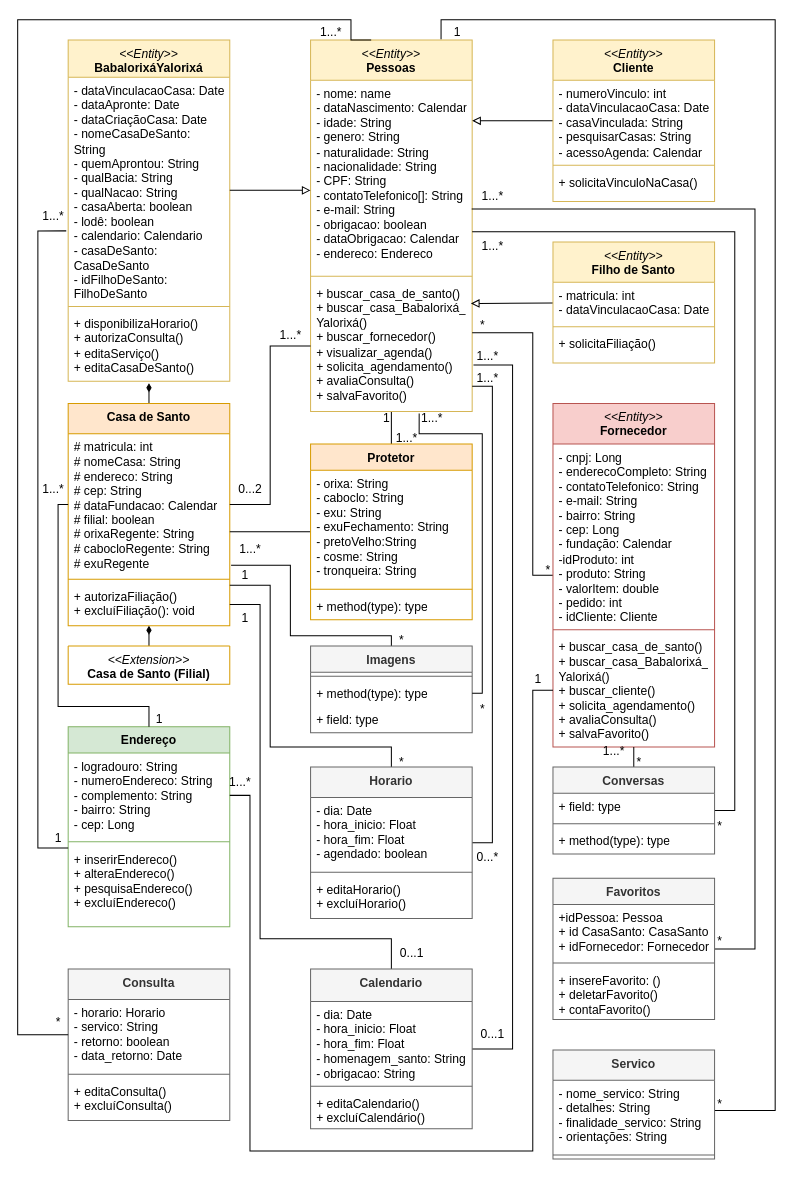
AlexCarvalhovisk/sarava keeps this draw.io diagram as DiagramaDeClasseSarava.drawio. Above is the earlier version. Source tidied: cells renumbered, new cells numbered last; positions are measured from the earlier drawing's top-left corner, leaving out a move shared by most shapes. Both pictures are drawn from the tidied source at 101%, with x=0, y=0 at pixel (17, 17).
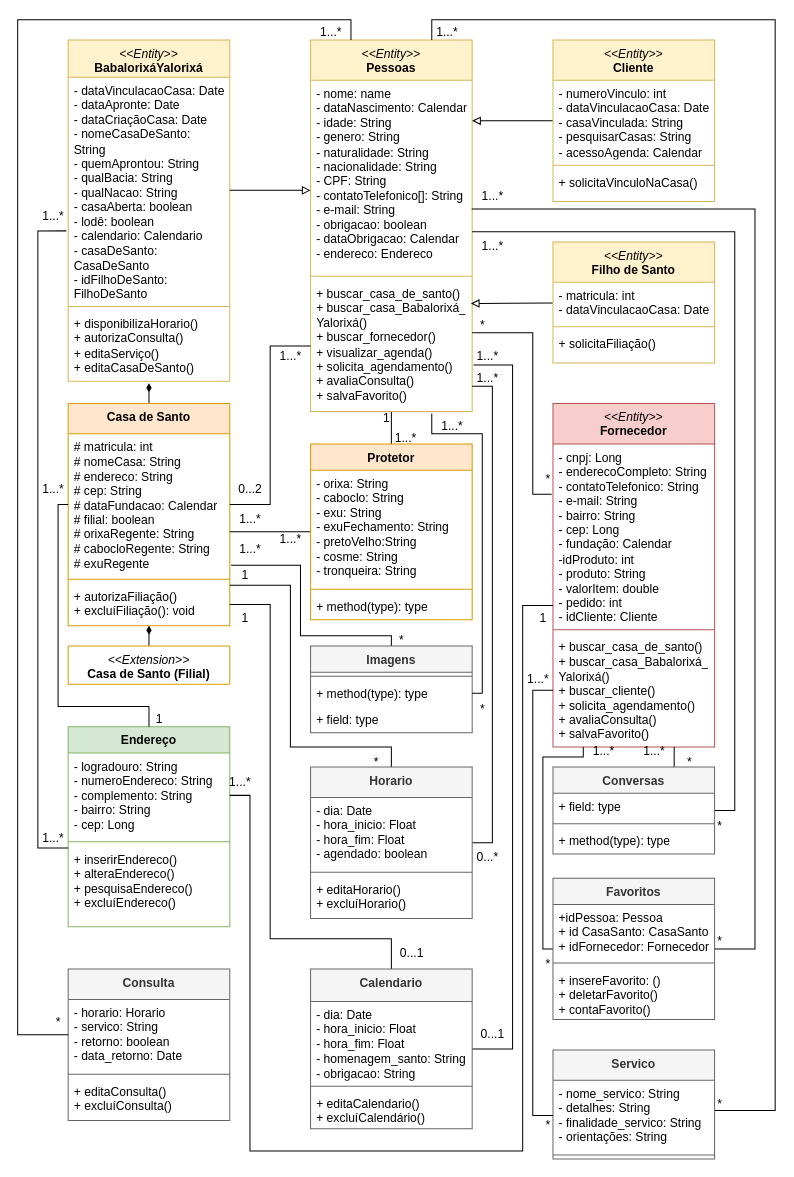
The same page after the edit.

Unchanged cells that the change refers to:
```xml
<mxCell id="6" value="+ buscar_casa_de_santo()&lt;br&gt;+ buscar_casa_Babalorixá_&lt;br&gt;Yalorixá()&lt;br&gt;+ buscar_fornecedor()&lt;br&gt;+ visualizar_agenda()&lt;br&gt;+ solicita_agendamento()&lt;br&gt;+ avaliaConsulta()&lt;br&gt;+ salvaFavorito()" style="text;strokeColor=none;fillColor=none;align=left;verticalAlign=top;spacingLeft=4;spacingRight=4;overflow=hidden;points=[[0,0.5],[1,0.5]];portConstraint=eastwest;whiteSpace=wrap;html=1;" parent="3" vertex="1">
  <mxGeometry y="238" width="160" height="130" as="geometry" />
</mxCell>
<mxCell id="18" value="&lt;i style=&quot;border-color: var(--border-color); font-weight: 400;&quot;&gt;&amp;lt;&amp;lt;Entity&amp;gt;&amp;gt;&lt;/i&gt;&lt;br&gt;Fornecedor" style="swimlane;fontStyle=1;align=center;verticalAlign=top;horizontal=1;startSize=40;whiteSpace=wrap;html=1;fillColor=#f8cecc;strokeColor=#b85450;" parent="1" vertex="1">
  <mxGeometry x="530" y="382" width="160" height="340" as="geometry" />
</mxCell>
<mxCell id="19" value="- cnpj: Long&lt;br&gt;- enderecoCompleto: String&lt;br&gt;- contatoTelefonico: String&lt;br&gt;- e-mail: String&lt;br&gt;- bairro: String&lt;br style=&quot;border-color: var(--border-color);&quot;&gt;- cep: Long&lt;br&gt;- fundação: Calendar&lt;br&gt;-idProduto: int&lt;br&gt;- produto: String&lt;br&gt;- valorItem: double&lt;br&gt;- pedido: int&lt;br&gt;- idCliente: Cliente" style="text;strokeColor=none;fillColor=none;align=left;verticalAlign=top;spacingLeft=4;spacingRight=4;overflow=hidden;points=[[0,0.5],[1,0.5]];portConstraint=eastwest;whiteSpace=wrap;html=1;" parent="18" vertex="1">
  <mxGeometry y="40" width="160" height="180" as="geometry" />
</mxCell>
<mxCell id="21" value="+ buscar_casa_de_santo()&lt;br&gt;+ buscar_casa_Babalorixá_&lt;br&gt;Yalorixá()&lt;br&gt;+ buscar_cliente()&lt;br&gt;+ solicita_agendamento()&lt;br&gt;+ avaliaConsulta()&lt;br&gt;+ salvaFavorito()" style="text;strokeColor=none;fillColor=none;align=left;verticalAlign=top;spacingLeft=4;spacingRight=4;overflow=hidden;points=[[0,0.5],[1,0.5]];portConstraint=eastwest;whiteSpace=wrap;html=1;" parent="18" vertex="1">
  <mxGeometry y="228" width="160" height="112" as="geometry" />
</mxCell>
<mxCell id="28" value="# matricula: int&lt;br&gt;# nomeCasa: String&lt;br&gt;# endereco: String&lt;br&gt;# cep: String&lt;br&gt;# dataFundacao: Calendar&lt;br&gt;# filial: boolean&lt;br&gt;# orixaRegente: String&lt;br&gt;# cabocloRegente: String&lt;br&gt;# exuRegente" style="text;strokeColor=none;fillColor=none;align=left;verticalAlign=top;spacingLeft=4;spacingRight=4;overflow=hidden;points=[[0,0.5],[1,0.5]];portConstraint=eastwest;whiteSpace=wrap;html=1;" parent="27" vertex="1">
  <mxGeometry y="30" width="160" height="140" as="geometry" />
</mxCell>
<mxCell id="30" value="+ autorizaFiliação()&lt;br&gt;+ excluíFiliação(): void" style="text;strokeColor=none;fillColor=none;align=left;verticalAlign=top;spacingLeft=4;spacingRight=4;overflow=hidden;points=[[0,0.5],[1,0.5]];portConstraint=eastwest;whiteSpace=wrap;html=1;" parent="27" vertex="1">
  <mxGeometry y="178" width="160" height="42" as="geometry" />
</mxCell>
<mxCell id="35" value="Horario" style="swimlane;fontStyle=1;align=center;verticalAlign=top;horizontal=1;startSize=30;whiteSpace=wrap;html=1;fillColor=#f5f5f5;fontColor=#333333;strokeColor=#666666;" parent="1" vertex="1">
  <mxGeometry x="290" y="742" width="160" height="150" as="geometry" />
</mxCell>
<mxCell id="40" value="- horario: Horario&lt;br&gt;- servico: String&lt;br&gt;- retorno: boolean&lt;br&gt;- data_retorno: Date" style="text;strokeColor=none;fillColor=none;align=left;verticalAlign=top;spacingLeft=4;spacingRight=4;overflow=hidden;points=[[0,0.5],[1,0.5]];portConstraint=eastwest;whiteSpace=wrap;html=1;" parent="39" vertex="1">
  <mxGeometry y="30" width="160" height="70" as="geometry" />
</mxCell>
<mxCell id="45" value="Calendario" style="swimlane;fontStyle=1;align=center;verticalAlign=top;horizontal=1;startSize=32;whiteSpace=wrap;html=1;fillColor=#f5f5f5;fontColor=#333333;strokeColor=#666666;" parent="1" vertex="1">
  <mxGeometry x="290" y="942" width="160" height="158" as="geometry" />
</mxCell>
<mxCell id="50" value="Servico" style="swimlane;fontStyle=1;align=center;verticalAlign=top;horizontal=1;startSize=30;whiteSpace=wrap;html=1;fillColor=#f5f5f5;fontColor=#333333;strokeColor=#666666;" parent="1" vertex="1">
  <mxGeometry x="530" y="1022" width="160" height="108" as="geometry" />
</mxCell>
<mxCell id="51" value="- nome_servico: String&lt;br&gt;- detalhes: String&lt;br&gt;- finalidade_servico: String&lt;br&gt;- orientações: String" style="text;strokeColor=none;fillColor=none;align=left;verticalAlign=top;spacingLeft=4;spacingRight=4;overflow=hidden;points=[[0,0.5],[1,0.5]];portConstraint=eastwest;whiteSpace=wrap;html=1;" parent="50" vertex="1">
  <mxGeometry y="30" width="160" height="70" as="geometry" />
</mxCell>
<mxCell id="54" value="- logradouro: String&lt;br&gt;- numeroEndereco: String&lt;br&gt;- complemento: String&lt;br&gt;- bairro: String&lt;br&gt;- cep: Long" style="text;strokeColor=none;fillColor=none;align=left;verticalAlign=top;spacingLeft=4;spacingRight=4;overflow=hidden;points=[[0,0.5],[1,0.5]];portConstraint=eastwest;whiteSpace=wrap;html=1;" parent="53" vertex="1">
  <mxGeometry y="26" width="160" height="84" as="geometry" />
</mxCell>
<mxCell id="64" value="Conversas" style="swimlane;fontStyle=1;align=center;verticalAlign=top;horizontal=1;startSize=26;whiteSpace=wrap;html=1;fillColor=#f5f5f5;fontColor=#333333;strokeColor=#666666;" parent="1" vertex="1">
  <mxGeometry x="530" y="742" width="160" height="86" as="geometry" />
</mxCell>
<mxCell id="69" value="Favoritos" style="swimlane;fontStyle=1;align=center;verticalAlign=top;horizontal=1;startSize=26;whiteSpace=wrap;html=1;fillColor=#f5f5f5;fontColor=#333333;strokeColor=#666666;" parent="1" vertex="1">
  <mxGeometry x="530" y="852" width="160" height="140" as="geometry" />
</mxCell>
<mxCell id="74" value="Imagens" style="swimlane;fontStyle=1;align=center;verticalAlign=top;horizontal=1;startSize=26;whiteSpace=wrap;html=1;fillColor=#f5f5f5;fontColor=#333333;strokeColor=#666666;" parent="1" vertex="1">
  <mxGeometry x="290" y="622" width="160" height="86" as="geometry" />
</mxCell>
<mxCell id="76" value="+ method(type): type" style="text;strokeColor=none;fillColor=none;align=left;verticalAlign=top;spacingLeft=4;spacingRight=4;overflow=hidden;points=[[0,0.5],[1,0.5]];portConstraint=eastwest;whiteSpace=wrap;html=1;" parent="74" vertex="1">
  <mxGeometry y="34" width="160" height="26" as="geometry" />
</mxCell>
```

Change to the diagram source:
```diff
@@
-    <mxCell id="17" style="edgeStyle=orthogonalEdgeStyle;rounded=0;jettySize=auto;html=1;endArrow=none;endFill=0;" parent="1" edge="1" source="18" target="6">
+    <mxCell id="17" style="edgeStyle=orthogonalEdgeStyle;rounded=0;jettySize=auto;html=1;endArrow=none;endFill=0;exitX=-0.008;exitY=0.277;exitDx=0;exitDy=0;exitPerimeter=0;" parent="1" edge="1" source="19" target="6">
       <mxGeometry relative="1" as="geometry">
         <Array as="points">
-          <mxPoint x="510" y="552" />
+          <mxPoint x="510" y="472" />
           <mxPoint x="510" y="312" />
         </Array>
       </mxGeometry>
     </mxCell>
@@
     <mxCell id="33" style="edgeStyle=orthogonalEdgeStyle;rounded=0;jettySize=auto;html=1;endArrow=none;endFill=0;exitX=0.5;exitY=0;exitDx=0;exitDy=0;" parent="1" edge="1" source="35">
       <mxGeometry relative="1" as="geometry">
         <mxPoint x="210" y="562" as="targetPoint" />
         <Array as="points">
           <mxPoint x="370" y="722" />
-          <mxPoint x="250" y="722" />
-          <mxPoint x="250" y="562" />
+          <mxPoint x="270" y="722" />
+          <mxPoint x="270" y="562" />
         </Array>
       </mxGeometry>
     </mxCell>
@@
     <mxCell id="43" style="edgeStyle=orthogonalEdgeStyle;rounded=0;jettySize=auto;html=1;entryX=1;entryY=0.5;entryDx=0;entryDy=0;endArrow=none;endFill=0;" parent="1" edge="1" source="45" target="30">
       <mxGeometry relative="1" as="geometry">
         <Array as="points">
           <mxPoint x="370" y="912" />
-          <mxPoint x="240" y="912" />
-          <mxPoint x="240" y="581" />
+          <mxPoint x="250" y="912" />
+          <mxPoint x="250" y="581" />
         </Array>
       </mxGeometry>
     </mxCell>
@@
-    <mxCell id="49" style="edgeStyle=orthogonalEdgeStyle;rounded=0;jettySize=auto;html=1;endArrow=none;endFill=0;entryX=-0.027;entryY=0.713;entryDx=0;entryDy=0;entryPerimeter=0;" parent="1" edge="1" source="50" target="85">
+    <mxCell id="49" style="edgeStyle=orthogonalEdgeStyle;rounded=0;jettySize=auto;html=1;endArrow=none;endFill=0;" parent="1" edge="1" source="50">
       <mxGeometry relative="1" as="geometry">
+        <mxPoint x="410" y="22" as="targetPoint" />
         <Array as="points">
           <mxPoint x="750" y="1082" />
           <mxPoint x="750" y="2" />
-          <mxPoint x="419" y="2" />
+          <mxPoint x="410" y="2" />
         </Array>
       </mxGeometry>
     </mxCell>
@@
-    <mxCell id="62" style="rounded=0;jettySize=auto;html=1;entryX=0.5;entryY=1;entryDx=0;entryDy=0;entryPerimeter=0;endArrow=none;endFill=0;" parent="1" edge="1" source="64" target="21">
-      <mxGeometry relative="1" as="geometry" />
+    <mxCell id="62" style="rounded=0;jettySize=auto;html=1;endArrow=none;endFill=0;exitX=0.75;exitY=0;exitDx=0;exitDy=0;" parent="1" edge="1" source="64">
+      <mxGeometry relative="1" as="geometry">
+        <mxPoint x="650" y="722" as="targetPoint" />
+      </mxGeometry>
     </mxCell>
@@
+    <mxCell id="119" style="edgeStyle=orthogonalEdgeStyle;rounded=0;jettySize=auto;html=1;endArrow=none;endFill=0;" parent="1" edge="1" source="69" target="21">
+      <mxGeometry relative="1" as="geometry">
+        <Array as="points">
+          <mxPoint x="520" y="922" />
+          <mxPoint x="520" y="732" />
+          <mxPoint x="560" y="732" />
+        </Array>
+      </mxGeometry>
+    </mxCell>
@@
     <mxCell id="73" style="edgeStyle=orthogonalEdgeStyle;rounded=0;jettySize=auto;html=1;entryX=1.008;entryY=0.93;entryDx=0;entryDy=0;entryPerimeter=0;endArrow=none;endFill=0;" parent="1" edge="1" source="74" target="28">
       <mxGeometry relative="1" as="geometry">
         <Array as="points">
           <mxPoint x="370" y="612" />
-          <mxPoint x="270" y="612" />
-          <mxPoint x="270" y="542" />
+          <mxPoint x="280" y="612" />
+          <mxPoint x="280" y="542" />
         </Array>
       </mxGeometry>
     </mxCell>
@@
-    <mxCell id="82" style="edgeStyle=orthogonalEdgeStyle;rounded=0;jettySize=auto;html=1;entryX=1;entryY=0.5;entryDx=0;entryDy=0;exitX=0;exitY=0.5;exitDx=0;exitDy=0;endArrow=none;endFill=0;" parent="1" edge="1" source="21" target="54">
+    <mxCell id="82" style="edgeStyle=orthogonalEdgeStyle;rounded=0;jettySize=auto;html=1;entryX=1;entryY=0.5;entryDx=0;entryDy=0;endArrow=none;endFill=0;" parent="1" edge="1" target="54">
       <mxGeometry relative="1" as="geometry">
+        <mxPoint x="530" y="582" as="sourcePoint" />
         <Array as="points">
-          <mxPoint x="510" y="666" />
-          <mxPoint x="510" y="1122" />
+          <mxPoint x="500" y="582" />
+          <mxPoint x="500" y="1122" />
           <mxPoint x="230" y="1122" />
           <mxPoint x="230" y="770" />
         </Array>
       </mxGeometry>
     </mxCell>
-    <mxCell id="83" style="edgeStyle=orthogonalEdgeStyle;rounded=0;jettySize=auto;html=1;entryX=0.672;entryY=1.014;entryDx=0;entryDy=0;entryPerimeter=0;endArrow=none;endFill=0;" parent="1" edge="1" source="76" target="6">
+    <mxCell id="83" style="edgeStyle=orthogonalEdgeStyle;rounded=0;jettySize=auto;html=1;endArrow=none;endFill=0;" parent="1" edge="1" source="76">
       <mxGeometry relative="1" as="geometry">
+        <mxPoint x="410" y="392" as="targetPoint" />
         <Array as="points">
           <mxPoint x="460" y="669" />
           <mxPoint x="460" y="412" />
-          <mxPoint x="398" y="412" />
+          <mxPoint x="410" y="412" />
+          <mxPoint x="410" y="392" />
         </Array>
       </mxGeometry>
     </mxCell>
@@
-    <mxCell id="85" value="1" style="text;html=1;align=center;verticalAlign=middle;points=[];strokeColor=none;fillColor=none;" parent="1" vertex="1">
-      <mxGeometry x="420" width="30" height="30" as="geometry" />
+    <mxCell id="85" value="1...*" style="text;html=1;align=center;verticalAlign=middle;points=[];strokeColor=none;fillColor=none;" parent="1" vertex="1">
+      <mxGeometry x="405" width="40" height="30" as="geometry" />
     </mxCell>
@@
     <mxCell id="90" style="edgeStyle=orthogonalEdgeStyle;rounded=0;jettySize=auto;html=1;endArrow=none;endFill=0;" parent="1" edge="1" source="40">
       <mxGeometry relative="1" as="geometry">
-        <mxPoint x="350" y="22" as="targetPoint" />
+        <mxPoint x="330" y="22" as="targetPoint" />
         <Array as="points">
           <mxPoint y="1007" />
           <mxPoint y="2" />
           <mxPoint x="330" y="2" />
           <mxPoint x="330" y="22" />
         </Array>
       </mxGeometry>
     </mxCell>
@@
-    <mxCell id="93" value="1" style="text;html=1;align=center;verticalAlign=middle;strokeColor=none;fillColor=none;" parent="1" vertex="1">
-      <mxGeometry x="25" y="798" width="30" height="30" as="geometry" />
+    <mxCell id="93" value="1...*" style="text;html=1;align=center;verticalAlign=middle;strokeColor=none;fillColor=none;" parent="1" vertex="1">
+      <mxGeometry x="15" y="798" width="40" height="30" as="geometry" />
     </mxCell>
@@
     <mxCell id="98" value="1" style="text;html=1;align=center;verticalAlign=middle;strokeColor=none;fillColor=none;" parent="1" vertex="1">
-      <mxGeometry x="500" y="640" width="30" height="30" as="geometry" />
+      <mxGeometry x="505" y="580" width="30" height="30" as="geometry" />
     </mxCell>
@@
     <mxCell id="102" value="*" style="text;html=1;align=center;verticalAlign=middle;strokeColor=none;fillColor=none;" parent="1" vertex="1">
-      <mxGeometry x="365" y="722" width="30" height="30" as="geometry" />
+      <mxGeometry x="340" y="722" width="30" height="30" as="geometry" />
     </mxCell>
@@
     <mxCell id="107" value="1...*" style="text;html=1;align=center;verticalAlign=middle;strokeColor=none;fillColor=none;" parent="1" vertex="1">
-      <mxGeometry x="250" y="300" width="40" height="30" as="geometry" />
+      <mxGeometry x="250" y="320" width="40" height="30" as="geometry" />
     </mxCell>
@@
     <mxCell id="110" value="1...*" style="text;html=1;align=center;verticalAlign=middle;strokeColor=none;fillColor=none;" parent="1" vertex="1">
-      <mxGeometry x="365" y="402" width="40" height="30" as="geometry" />
+      <mxGeometry x="364" y="402" width="40" height="30" as="geometry" />
     </mxCell>
     <mxCell id="111" value="1...*" style="text;html=1;align=center;verticalAlign=middle;strokeColor=none;fillColor=none;" parent="1" vertex="1">
-      <mxGeometry x="390" y="382" width="40" height="30" as="geometry" />
+      <mxGeometry x="410" y="390" width="40" height="30" as="geometry" />
     </mxCell>
@@
     <mxCell id="116" value="*" style="text;html=1;align=center;verticalAlign=middle;strokeColor=none;fillColor=none;" parent="1" vertex="1">
-      <mxGeometry x="510" y="532" width="30" height="30" as="geometry" />
+      <mxGeometry x="510" y="442" width="30" height="30" as="geometry" />
     </mxCell>
     <mxCell id="117" value="*" style="text;html=1;align=center;verticalAlign=middle;strokeColor=none;fillColor=none;" parent="1" vertex="1">
-      <mxGeometry x="600" y="722" width="30" height="30" as="geometry" />
+      <mxGeometry x="650" y="722" width="30" height="30" as="geometry" />
     </mxCell>
     <mxCell id="118" value="1...*" style="text;html=1;align=center;verticalAlign=middle;strokeColor=none;fillColor=none;" parent="1" vertex="1">
-      <mxGeometry x="570" y="712" width="40" height="30" as="geometry" />
+      <mxGeometry x="560" y="712" width="40" height="30" as="geometry" />
     </mxCell>
+    <mxCell id="120" value="1...*" style="text;html=1;align=center;verticalAlign=middle;strokeColor=none;fillColor=none;" parent="1" vertex="1">
+      <mxGeometry x="210" y="482" width="40" height="30" as="geometry" />
+    </mxCell>
+    <mxCell id="121" value="1...*" style="text;html=1;align=center;verticalAlign=middle;strokeColor=none;fillColor=none;" parent="1" vertex="1">
+      <mxGeometry x="250" y="502" width="40" height="30" as="geometry" />
+    </mxCell>
+    <mxCell id="122" style="edgeStyle=orthogonalEdgeStyle;rounded=0;jettySize=auto;html=1;entryX=0;entryY=0.5;entryDx=0;entryDy=0;endArrow=none;endFill=0;" parent="1" edge="1" source="51" target="21">
+      <mxGeometry relative="1" as="geometry">
+        <Array as="points">
+          <mxPoint x="510" y="1087" />
+          <mxPoint x="510" y="666" />
+        </Array>
+      </mxGeometry>
+    </mxCell>
+    <mxCell id="123" value="*" style="text;html=1;align=center;verticalAlign=middle;strokeColor=none;fillColor=none;" parent="1" vertex="1">
+      <mxGeometry x="510" y="1082" width="30" height="30" as="geometry" />
+    </mxCell>
+    <mxCell id="124" value="1...*" style="text;html=1;align=center;verticalAlign=middle;strokeColor=none;fillColor=none;" parent="1" vertex="1">
+      <mxGeometry x="495" y="640" width="40" height="30" as="geometry" />
+    </mxCell>
+    <mxCell id="125" value="*" style="text;html=1;align=center;verticalAlign=middle;strokeColor=none;fillColor=none;" parent="1" vertex="1">
+      <mxGeometry x="510" y="922" width="30" height="30" as="geometry" />
+    </mxCell>
+    <mxCell id="126" value="1...*" style="text;html=1;align=center;verticalAlign=middle;strokeColor=none;fillColor=none;" parent="1" vertex="1">
+      <mxGeometry x="610" y="712" width="40" height="30" as="geometry" />
+    </mxCell>
```
